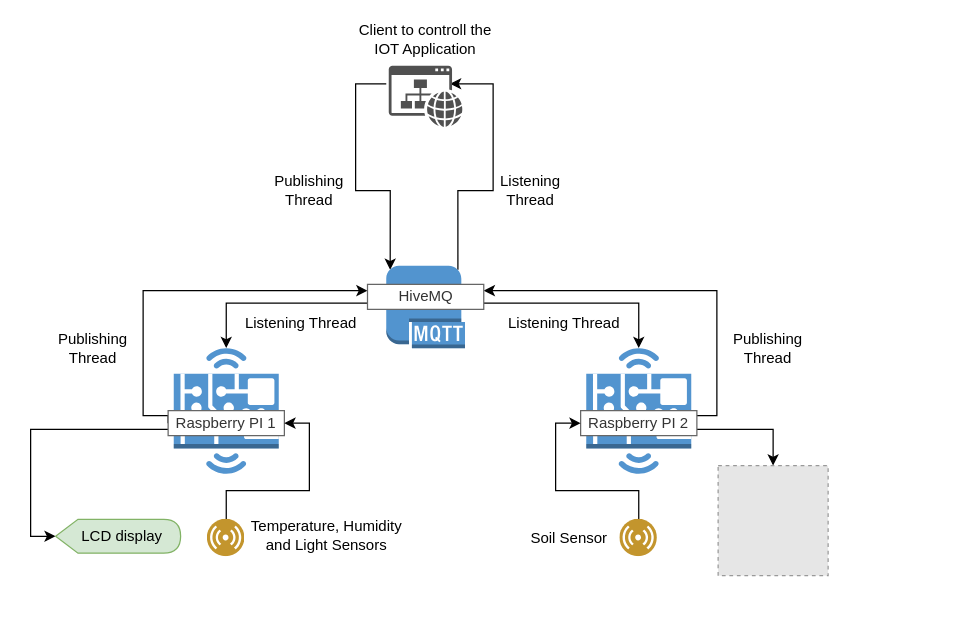
stefdworschak/iot_plant_irrigation keeps this draw.io diagram as Untitled Diagram.drawio. Above is the earlier version. Source tidied: cells renumbered, new cells numbered last; positions are measured from the earlier drawing's top-left corner, leaving out a move shared by most shapes. Both pictures are drawn from the tidied source at 125%, with x=0, y=0 at pixel (55, 26). Pictures stored in the file or linked from it are replaced by grey dashed boxes.
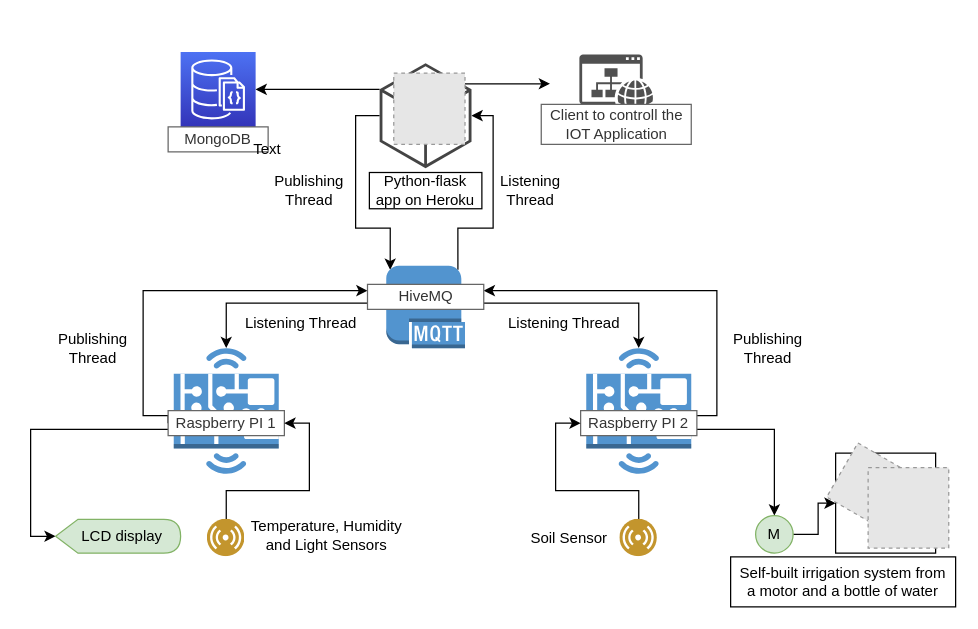
Above is the later version.

The change refers to these unchanged cells:
```xml
<mxCell id="3" style="whiteSpace=wrap;html=1;fillColor=none;strokeColor=none;" parent="1" vertex="1">
  <mxGeometry x="264.5" y="20" width="51" height="51" as="geometry" />
</mxCell>
<mxCell id="11" value="Raspberry PI 2" style="text;html=1;align=center;verticalAlign=middle;whiteSpace=wrap;rounded=0;fillColor=#FFFFFF;strokeColor=#666666;fontColor=#333333;" parent="1" vertex="1">
  <mxGeometry x="420" y="307" width="93" height="20" as="geometry" />
</mxCell>
<mxCell id="13" style="outlineConnect=0;dashed=0;verticalLabelPosition=bottom;verticalAlign=top;align=center;html=1;shape=mxgraph.aws3.mqtt_protocol;fillColor=#5294CF;gradientColor=none;" parent="1" vertex="1">
  <mxGeometry x="264.5" y="191" width="63" height="66" as="geometry" />
</mxCell>
```

The edit, as a diff of the source:
```diff
@@
+    <mxCell id="33" style="whiteSpace=wrap;html=1;fillColor=#FFFFFF;" parent="1" vertex="1">
+      <mxGeometry x="624" y="341" width="80" height="80" as="geometry" />
+    </mxCell>
-    <mxCell id="2" style="edgeStyle=orthogonalEdgeStyle;rounded=0;jettySize=auto;html=1;exitX=0;exitY=0.5;exitDx=0;exitDy=0;entryX=0.05;entryY=0.05;entryDx=0;entryDy=0;entryPerimeter=0;" parent="1" edge="1" source="3" target="13">
+    <mxCell id="2" style="edgeStyle=orthogonalEdgeStyle;rounded=0;jettySize=auto;html=1;entryX=0.05;entryY=0.05;entryDx=0;entryDy=0;entryPerimeter=0;exitX=0;exitY=0.5;exitDx=0;exitDy=0;exitPerimeter=0;" parent="1" edge="1" source="39" target="13">
       <mxGeometry relative="1" as="geometry">
         <Array as="points">
-          <mxPoint x="240" y="46" />
-          <mxPoint x="240" y="131" />
-          <mxPoint x="268" y="131" />
+          <mxPoint x="240" y="71" />
+          <mxPoint x="240" y="161" />
+          <mxPoint x="268" y="161" />
         </Array>
       </mxGeometry>
     </mxCell>
+    <mxCell id="34" style="edgeStyle=orthogonalEdgeStyle;rounded=0;jettySize=auto;html=1;" parent="1" edge="1" source="3" target="35">
+      <mxGeometry relative="1" as="geometry" />
+    </mxCell>
@@
+    <mxCell id="35" style="whiteSpace=wrap;html=1;fillColor=none;strokeColor=none;" parent="1" vertex="1">
+      <mxGeometry x="395.5" y="20" width="51" height="51" as="geometry" />
+    </mxCell>
@@
-    <mxCell id="10" style="edgeStyle=orthogonalEdgeStyle;rounded=0;jettySize=auto;html=1;exitX=1;exitY=0.75;exitDx=0;exitDy=0;" parent="1" edge="1" source="11" target="32">
+    <mxCell id="10" style="edgeStyle=orthogonalEdgeStyle;rounded=0;jettySize=auto;html=1;exitX=1;exitY=0.75;exitDx=0;exitDy=0;entryX=0.5;entryY=0;entryDx=0;entryDy=0;" parent="1" edge="1" source="11" target="45">
       <mxGeometry relative="1" as="geometry" />
     </mxCell>
@@
-    <mxCell id="12" style="edgeStyle=orthogonalEdgeStyle;rounded=0;jettySize=auto;html=1;exitX=0.91;exitY=0.05;exitDx=0;exitDy=0;exitPerimeter=0;entryX=1;entryY=0.5;entryDx=0;entryDy=0;" parent="1" edge="1" source="13" target="3">
+    <mxCell id="12" style="edgeStyle=orthogonalEdgeStyle;rounded=0;jettySize=auto;html=1;exitX=0.91;exitY=0.05;exitDx=0;exitDy=0;exitPerimeter=0;entryX=1;entryY=0.5;entryDx=0;entryDy=0;entryPerimeter=0;" parent="1" edge="1" source="13" target="39">
       <mxGeometry relative="1" as="geometry">
         <Array as="points">
-          <mxPoint x="322" y="131" />
-          <mxPoint x="350" y="131" />
-          <mxPoint x="350" y="46" />
+          <mxPoint x="322" y="161" />
+          <mxPoint x="350" y="161" />
+          <mxPoint x="350" y="71" />
         </Array>
       </mxGeometry>
     </mxCell>
@@
     <mxCell id="17" style="shadow=0;dashed=0;html=1;strokeColor=none;fillColor=#505050;labelPosition=center;verticalLabelPosition=bottom;verticalAlign=top;align=center;shape=mxgraph.office.concepts.website;" parent="1" vertex="1">
-      <mxGeometry x="266.5" y="31" width="59" height="49" as="geometry" />
+      <mxGeometry x="419" y="22" width="59" height="49" as="geometry" />
     </mxCell>
@@
-    <mxCell id="24" value="Client to controll the IOT Application" style="text;html=1;strokeColor=none;fillColor=none;align=center;verticalAlign=middle;whiteSpace=wrap;rounded=0;" parent="1" vertex="1">
-      <mxGeometry x="236" width="120" height="20" as="geometry" />
+    <mxCell id="24" value="Client to controll the IOT Application" style="text;html=1;align=center;verticalAlign=middle;whiteSpace=wrap;rounded=0;fillColor=#FFFFFF;strokeColor=#666666;fontColor=#333333;" parent="1" vertex="1">
+      <mxGeometry x="388.5" y="62" width="120" height="32" as="geometry" />
     </mxCell>
@@
-    <mxCell id="32" style="fillColor=#E6E6E6;strokeColor=#999999;dashed=1;html=1;verticalAlign=top;verticalLabelPosition=bottom;labelBackgroundColor=#ffffff;" parent="1" vertex="1">
-      <mxGeometry x="530" y="351" width="88" height="88" as="geometry" />
-    </mxCell>
+    <mxCell id="36" style="outlineConnect=0;fontColor=#232F3E;gradientColor=#4D72F3;gradientDirection=north;fillColor=#3334B9;strokeColor=#ffffff;dashed=0;verticalLabelPosition=bottom;verticalAlign=top;align=center;html=1;fontSize=12;fontStyle=0;shape=mxgraph.aws4.resourceIcon;resIcon=mxgraph.aws4.documentdb_with_mongodb_compatibility;" parent="1" vertex="1">
+      <mxGeometry x="100" y="20" width="60" height="60" as="geometry" />
+    </mxCell>
+    <mxCell id="37" value="MongoDB" style="text;html=1;align=center;verticalAlign=middle;whiteSpace=wrap;rounded=0;fillColor=#FFFFFF;strokeColor=#666666;fontColor=#333333;" parent="1" vertex="1">
+      <mxGeometry x="90" y="80" width="80" height="20" as="geometry" />
+    </mxCell>
+    <mxCell id="38" style="edgeStyle=orthogonalEdgeStyle;rounded=0;jettySize=auto;html=1;exitX=0;exitY=0.25;exitDx=0;exitDy=0;exitPerimeter=0;" parent="1" edge="1" source="39" target="36">
+      <mxGeometry relative="1" as="geometry" />
+    </mxCell>
+    <mxCell id="39" style="outlineConnect=0;dashed=0;verticalLabelPosition=bottom;verticalAlign=top;align=center;html=1;shape=mxgraph.aws3.android;fillColor=#FFD44F;gradientColor=none;" parent="1" vertex="1">
+      <mxGeometry x="259.2" y="29" width="73.5" height="84" as="geometry" />
+    </mxCell>
+    <mxCell id="40" style="fillColor=#E6E6E6;strokeColor=#999999;dashed=1;html=1;verticalAlign=top;verticalLabelPosition=bottom;labelBackgroundColor=#ffffff;" parent="1" vertex="1">
+      <mxGeometry x="270.5" y="37" width="57" height="57" as="geometry" />
+    </mxCell>
+    <mxCell id="41" value="Python-flask&lt;br&gt;app on Heroku" style="rounded=0;whiteSpace=wrap;html=1;" parent="1" vertex="1">
+      <mxGeometry x="251" y="116.5" width="90" height="29" as="geometry" />
+    </mxCell>
+    <mxCell id="42" value="Text" style="text;html=1;align=center;verticalAlign=middle;" parent="1" vertex="1">
+      <mxGeometry x="149" y="88" width="40" height="20" as="geometry" />
+    </mxCell>
+    <mxCell id="43" value="Self-built irrigation system from &lt;br&gt;a motor and a bottle of water" style="rounded=0;whiteSpace=wrap;html=1;fillColor=#FFFFFF;" parent="1" vertex="1">
+      <mxGeometry x="540" y="424" width="180" height="40" as="geometry" />
+    </mxCell>
+    <mxCell id="44" style="edgeStyle=orthogonalEdgeStyle;rounded=0;jettySize=auto;html=1;exitX=1;exitY=0.5;exitDx=0;exitDy=0;entryX=0;entryY=0.5;entryDx=0;entryDy=0;" parent="1" edge="1" source="45" target="33">
+      <mxGeometry relative="1" as="geometry" />
+    </mxCell>
+    <mxCell id="45" value="M" style="ellipse;whiteSpace=wrap;html=1;fillColor=#d5e8d4;strokeColor=#82b366;" parent="1" vertex="1">
+      <mxGeometry x="560" y="391" width="30" height="30" as="geometry" />
+    </mxCell>
+    <mxCell id="46" style="fillColor=#E6E6E6;strokeColor=#999999;dashed=1;html=1;verticalAlign=top;verticalLabelPosition=bottom;labelBackgroundColor=#ffffff;rotation=120;" parent="1" vertex="1">
+      <mxGeometry x="626" y="342" width="50" height="50" as="geometry" />
+    </mxCell>
+    <mxCell id="47" style="fillColor=#E6E6E6;strokeColor=#999999;dashed=1;html=1;verticalAlign=top;verticalLabelPosition=bottom;labelBackgroundColor=#ffffff;" parent="1" vertex="1">
+      <mxGeometry x="650" y="352.5" width="64.5" height="64.5" as="geometry" />
+    </mxCell>
```
